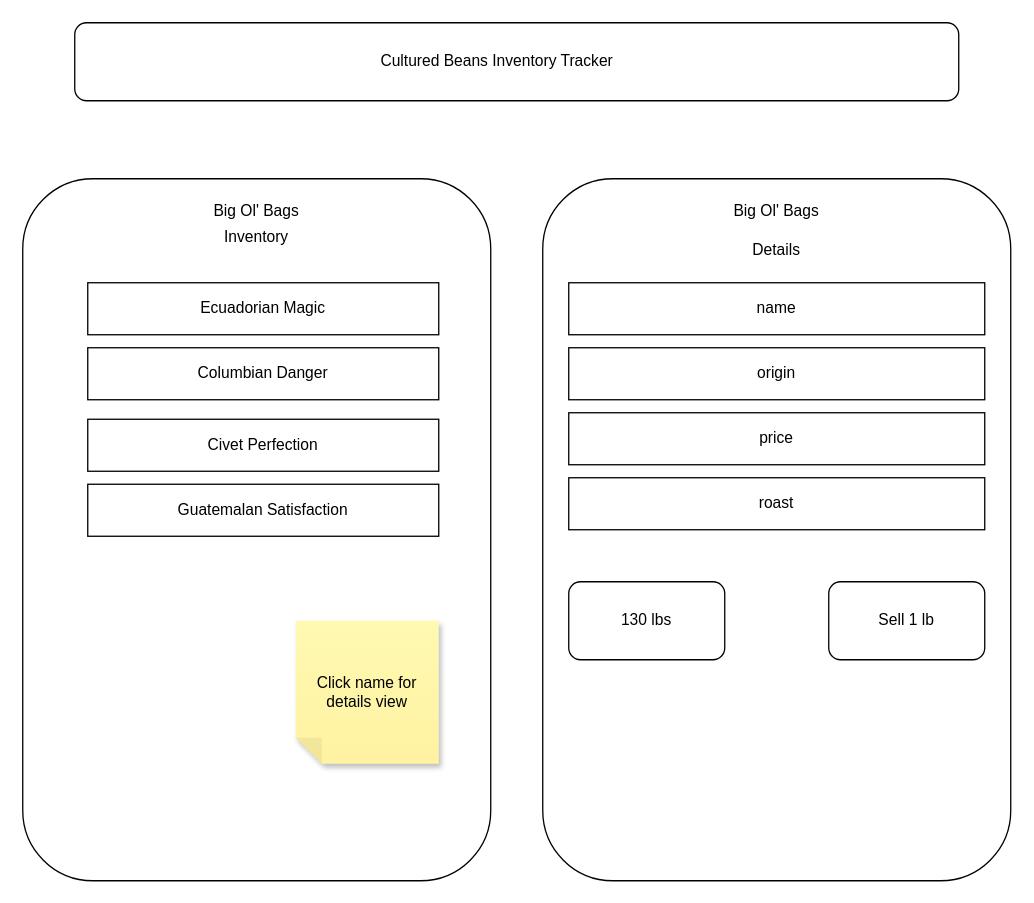
Above: culturedBeans.drawio in John-Dig/culturedbeans (draw.io), before the change. Source tidied: cells renumbered, new cells numbered last; positions are measured from the earlier drawing's top-left corner, leaving out a move shared by most shapes. Both pictures are drawn from the tidied source at 130%, with x=0, y=0 at pixel (22, 22).
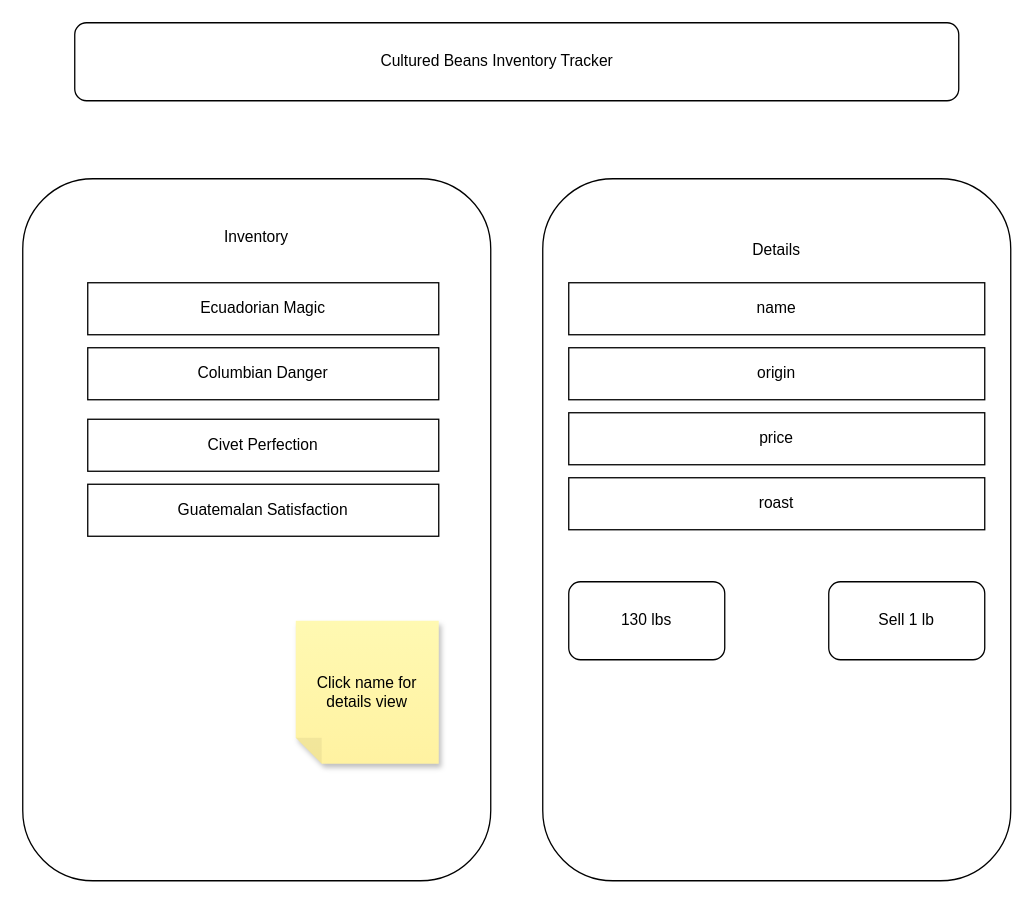
Above is the later version.

Diff of the diagram source:
```diff
@@
-    <mxCell id="6" value="Big Ol' Bags" style="text;strokeColor=none;align=center;fillColor=none;html=1;verticalAlign=middle;whiteSpace=wrap;rounded=0;" parent="1" vertex="1">
-      <mxGeometry x="440" y="130" width="280" height="30" as="geometry" />
-    </mxCell>
-    <mxCell id="7" value="Big Ol' Bags" style="text;strokeColor=none;align=center;fillColor=none;html=1;verticalAlign=middle;whiteSpace=wrap;rounded=0;" parent="1" vertex="1">
-      <mxGeometry x="60" y="130" width="240" height="30" as="geometry" />
-    </mxCell>
```
